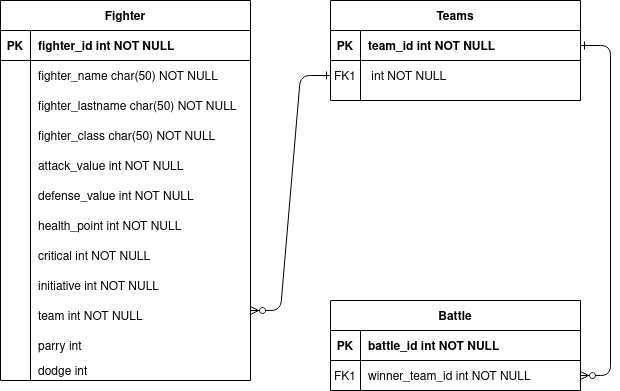
Above: uml_database.drawio.png in nomisirenh/auto_combat_game (draw.io), before the change. Source tidied: cells renumbered, new cells last; positions are measured from the earlier drawing's top-left corner, leaving out a move shared by most shapes.
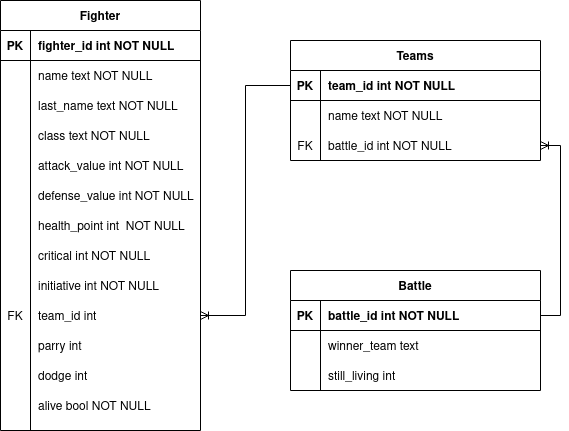
After the commit.

Commit message:
Correct umls

Change to the diagram source:
```diff
@@ -2,17 +2,8 @@
   <root>
     <mxCell id="0" />
     <mxCell id="1" parent="0" />
-    <mxCell id="2" style="edgeStyle=entityRelationEdgeStyle;endArrow=ERone;startArrow=ERzeroToMany;endFill=0;startFill=1;" parent="1" edge="1">
-      <mxGeometry relative="1" as="geometry">
-        <mxPoint x="250" y="310" as="sourcePoint" />
-        <mxPoint x="330" y="75" as="targetPoint" />
-      </mxGeometry>
-    </mxCell>
-    <mxCell id="3" style="edgeStyle=entityRelationEdgeStyle;endArrow=ERzeroToMany;startArrow=ERone;endFill=1;startFill=0;" parent="1" edge="1" source="5" target="15">
-      <mxGeometry relative="1" as="geometry" />
-    </mxCell>
     <mxCell id="4" value="Teams" style="shape=table;startSize=30;rowLines=0;fontStyle=1;align=center;" parent="1" vertex="1">
-      <mxGeometry x="330" width="250" height="100" as="geometry" />
+      <mxGeometry x="320" y="40" width="250" height="120" as="geometry" />
     </mxCell>
     <mxCell id="5" style="shape=partialRectangle;fillColor=none;points=[[0,0.5],[1,0.5]];portConstraint=eastwest;top=0;left=0;right=0;bottom=1;" parent="4" vertex="1">
       <mxGeometry y="30" width="250" height="30" as="geometry" />
@@ -26,14 +17,23 @@
     <mxCell id="8" style="shape=partialRectangle;fillColor=none;top=0;left=0;right=0;bottom=0;" parent="4" vertex="1">
       <mxGeometry y="60" width="250" height="30" as="geometry" />
     </mxCell>
-    <mxCell id="9" value="FK1" style="shape=partialRectangle;overflow=hidden;fillColor=none;top=0;left=0;bottom=0;right=0;" parent="8" vertex="1">
+    <mxCell id="9" style="shape=partialRectangle;overflow=hidden;fillColor=none;top=0;left=0;bottom=0;right=0;" parent="8" vertex="1">
       <mxGeometry width="30" height="30" as="geometry" />
     </mxCell>
-    <mxCell id="10" value=" int NOT NULL" style="shape=partialRectangle;overflow=hidden;fillColor=none;top=0;left=0;bottom=0;right=0;align=left;spacingLeft=6;" parent="8" vertex="1">
+    <mxCell id="10" value="name text NOT NULL" style="shape=partialRectangle;overflow=hidden;fillColor=none;top=0;left=0;bottom=0;right=0;align=left;spacingLeft=6;" parent="8" vertex="1">
       <mxGeometry x="30" width="220" height="30" as="geometry" />
     </mxCell>
+    <mxCell id="35" style="shape=partialRectangle;fillColor=none;points=[[0,0.5],[1,0.5]];portConstraint=eastwest;top=0;left=0;right=0;bottom=0;" parent="4" vertex="1">
+      <mxGeometry y="90" width="250" height="30" as="geometry" />
+    </mxCell>
+    <mxCell id="36" value="FK" style="shape=partialRectangle;overflow=hidden;fillColor=none;top=0;left=0;bottom=0;right=0;" parent="35" vertex="1">
+      <mxGeometry width="30" height="30" as="geometry" />
+    </mxCell>
+    <mxCell id="37" value="battle_id int NOT NULL" style="shape=partialRectangle;overflow=hidden;fillColor=none;top=0;left=0;bottom=0;right=0;align=left;spacingLeft=6;" parent="35" vertex="1">
+      <mxGeometry x="30" width="220" height="30" as="geometry" />
+    </mxCell>
     <mxCell id="11" value="Battle" style="shape=table;startSize=30;rowLines=0;fontStyle=1;align=center;" parent="1" vertex="1">
-      <mxGeometry x="330" y="300" width="250" height="90" as="geometry" />
+      <mxGeometry x="320" y="270" width="250" height="120" as="geometry" />
     </mxCell>
     <mxCell id="12" style="shape=partialRectangle;fillColor=none;points=[[0,0.5],[1,0.5]];portConstraint=eastwest;top=0;left=0;right=0;bottom=1;" parent="11" vertex="1">
       <mxGeometry y="30" width="250" height="30" as="geometry" />
@@ -47,62 +47,146 @@
     <mxCell id="15" style="shape=partialRectangle;fillColor=none;points=[[0,0.5],[1,0.5]];portConstraint=eastwest;top=0;left=0;right=0;bottom=0;" parent="11" vertex="1">
       <mxGeometry y="60" width="250" height="30" as="geometry" />
     </mxCell>
-    <mxCell id="16" value="FK1" style="shape=partialRectangle;overflow=hidden;fillColor=none;top=0;left=0;bottom=0;right=0;" parent="15" vertex="1">
+    <mxCell id="16" style="shape=partialRectangle;overflow=hidden;fillColor=none;top=0;left=0;bottom=0;right=0;" parent="15" vertex="1">
       <mxGeometry width="30" height="30" as="geometry" />
     </mxCell>
-    <mxCell id="17" value="winner_team_id int NOT NULL" style="shape=partialRectangle;overflow=hidden;fillColor=none;top=0;left=0;bottom=0;right=0;align=left;spacingLeft=6;" parent="15" vertex="1">
+    <mxCell id="17" value="winner_team text " style="shape=partialRectangle;overflow=hidden;fillColor=none;top=0;left=0;bottom=0;right=0;align=left;spacingLeft=6;" parent="15" vertex="1">
       <mxGeometry x="30" width="220" height="30" as="geometry" />
     </mxCell>
+    <mxCell id="38" style="shape=partialRectangle;fillColor=none;top=0;left=0;right=0;bottom=0;" parent="11" vertex="1">
+      <mxGeometry y="90" width="250" height="30" as="geometry" />
+    </mxCell>
+    <mxCell id="23" style="shape=partialRectangle;overflow=hidden;fillColor=none;top=0;left=0;bottom=0;right=0;" parent="38" vertex="1">
+      <mxGeometry width="30" height="30" as="geometry" />
+    </mxCell>
+    <mxCell id="39" value="still_living int " style="shape=partialRectangle;overflow=hidden;fillColor=none;top=0;left=0;bottom=0;right=0;align=left;spacingLeft=6;" parent="38" vertex="1">
+      <mxGeometry x="30" width="220" height="30" as="geometry" />
+    </mxCell>
     <mxCell id="18" value="Fighter" style="shape=table;startSize=30;rowLines=0;fontStyle=1;align=center;" parent="1" vertex="1">
-      <mxGeometry width="250" height="380" as="geometry" />
+      <mxGeometry x="30" width="200" height="430" as="geometry" />
     </mxCell>
-    <mxCell id="19" style="shape=partialRectangle;fillColor=none;top=0;left=0;right=0;bottom=1;" parent="18" vertex="1">
-      <mxGeometry y="30" width="250" height="30" as="geometry" />
-    </mxCell>
+    <mxCell id="40" style="shape=partialRectangle;fillColor=none;top=0;left=0;bottom=1;right=0;" parent="18" vertex="1">
+      <mxGeometry y="30" width="200" height="30" as="geometry" />
+    </mxCell>
-    <mxCell id="20" value="PK" style="shape=partialRectangle;overflow=hidden;fillColor=none;top=0;left=0;bottom=0;right=0;fontStyle=1;" parent="19" vertex="1">
+    <mxCell id="20" value="PK" style="shape=partialRectangle;fillColor=none;top=0;left=0;bottom=0;right=0;fontStyle=1;overflow=hidden;" parent="40" vertex="1">
       <mxGeometry width="30" height="30" as="geometry" />
     </mxCell>
-    <mxCell id="21" value="fighter_id int NOT NULL " style="shape=partialRectangle;overflow=hidden;fillColor=none;top=0;left=0;bottom=0;right=0;align=left;spacingLeft=6;fontStyle=1;" parent="19" vertex="1">
-      <mxGeometry x="30" width="220" height="30" as="geometry" />
+    <mxCell id="21" value="fighter_id int NOT NULL" style="shape=partialRectangle;fillColor=none;top=0;left=0;bottom=0;right=0;align=left;spacingLeft=6;fontStyle=1;overflow=hidden;" parent="40" vertex="1">
+      <mxGeometry x="30" width="170" height="30" as="geometry" />
     </mxCell>
-    <mxCell id="22" style="shape=partialRectangle;fillColor=none;top=0;left=0;right=0;bottom=0;" parent="18" vertex="1">
-      <mxGeometry y="60" width="250" height="30" as="geometry" />
-    </mxCell>
-    <mxCell id="23" style="shape=partialRectangle;overflow=hidden;fillColor=none;top=0;left=0;bottom=0;right=0;" parent="22" vertex="1">
-      <mxGeometry width="30" height="30" as="geometry" />
-    </mxCell>
-    <mxCell id="24" value="fighter_name char(50) NOT NULL" style="shape=partialRectangle;overflow=hidden;fillColor=none;top=0;left=0;bottom=0;right=0;align=left;spacingLeft=6;" parent="22" vertex="1">
-      <mxGeometry x="30" width="220" height="30" as="geometry" />
-    </mxCell>
-    <mxCell id="25" value="fighter_lastname char(50) NOT NULL" style="shape=partialRectangle;overflow=hidden;fillColor=none;top=0;left=0;bottom=0;right=0;align=left;spacingLeft=6;" parent="1" vertex="1">
-      <mxGeometry x="30" y="90" width="220" height="30" as="geometry" />
-    </mxCell>
+    <mxCell id="41" style="shape=partialRectangle;fillColor=none;top=0;left=0;bottom=0;right=0;" parent="18" vertex="1">
+      <mxGeometry y="60" width="200" height="30" as="geometry" />
+    </mxCell>
+    <mxCell id="42" style="shape=partialRectangle;fillColor=none;top=0;left=0;bottom=0;right=0;overflow=hidden;" parent="41" vertex="1">
+      <mxGeometry width="30" height="30" as="geometry" />
+    </mxCell>
+    <mxCell id="43" value="name text NOT NULL" style="shape=partialRectangle;fillColor=none;top=0;left=0;bottom=0;right=0;align=left;spacingLeft=6;overflow=hidden;" parent="41" vertex="1">
+      <mxGeometry x="30" width="170" height="30" as="geometry" />
+    </mxCell>
+    <mxCell id="44" style="shape=partialRectangle;fillColor=none;top=0;left=0;bottom=0;right=0;" parent="18" vertex="1">
+      <mxGeometry y="90" width="200" height="30" as="geometry" />
+    </mxCell>
+    <mxCell id="45" style="shape=partialRectangle;fillColor=none;top=0;left=0;bottom=0;right=0;overflow=hidden;" parent="44" vertex="1">
+      <mxGeometry width="30" height="30" as="geometry" />
+    </mxCell>
+    <mxCell id="46" value="last_name text NOT NULL" style="shape=partialRectangle;fillColor=none;top=0;left=0;bottom=0;right=0;align=left;spacingLeft=6;overflow=hidden;" parent="44" vertex="1">
+      <mxGeometry x="30" width="170" height="30" as="geometry" />
+    </mxCell>
+    <mxCell id="47" style="shape=partialRectangle;fillColor=none;top=0;left=0;bottom=0;right=0;" parent="18" vertex="1">
+      <mxGeometry y="120" width="200" height="30" as="geometry" />
+    </mxCell>
+    <mxCell id="48" style="shape=partialRectangle;fillColor=none;top=0;left=0;bottom=0;right=0;overflow=hidden;" parent="47" vertex="1">
+      <mxGeometry width="30" height="30" as="geometry" />
+    </mxCell>
+    <mxCell id="49" value="class text NOT NULL" style="shape=partialRectangle;fillColor=none;top=0;left=0;bottom=0;right=0;align=left;spacingLeft=6;overflow=hidden;" parent="47" vertex="1">
+      <mxGeometry x="30" width="170" height="30" as="geometry" />
+    </mxCell>
+    <mxCell id="50" style="shape=partialRectangle;fillColor=none;top=0;left=0;bottom=0;right=0;" parent="18" vertex="1">
+      <mxGeometry y="150" width="200" height="30" as="geometry" />
+    </mxCell>
+    <mxCell id="51" style="shape=partialRectangle;fillColor=none;top=0;left=0;bottom=0;right=0;overflow=hidden;" parent="50" vertex="1">
+      <mxGeometry width="30" height="30" as="geometry" />
+    </mxCell>
-    <mxCell id="26" value="attack_value int NOT NULL" style="shape=partialRectangle;overflow=hidden;fillColor=none;top=0;left=0;bottom=0;right=0;align=left;spacingLeft=6;" parent="1" vertex="1">
-      <mxGeometry x="30" y="150" width="220" height="30" as="geometry" />
+    <mxCell id="26" value="attack_value int NOT NULL" style="shape=partialRectangle;fillColor=none;top=0;left=0;bottom=0;right=0;align=left;spacingLeft=6;overflow=hidden;" parent="50" vertex="1">
+      <mxGeometry x="30" width="170" height="30" as="geometry" />
     </mxCell>
+    <mxCell id="52" style="shape=partialRectangle;fillColor=none;top=0;left=0;bottom=0;right=0;" parent="18" vertex="1">
+      <mxGeometry y="180" width="200" height="30" as="geometry" />
+    </mxCell>
+    <mxCell id="53" style="shape=partialRectangle;fillColor=none;top=0;left=0;bottom=0;right=0;overflow=hidden;" parent="52" vertex="1">
+      <mxGeometry width="30" height="30" as="geometry" />
+    </mxCell>
-    <mxCell id="27" value="defense_value int NOT NULL" style="shape=partialRectangle;overflow=hidden;fillColor=none;top=0;left=0;bottom=0;right=0;align=left;spacingLeft=6;" parent="1" vertex="1">
-      <mxGeometry x="30" y="180" width="220" height="30" as="geometry" />
+    <mxCell id="27" value="defense_value int NOT NULL" style="shape=partialRectangle;fillColor=none;top=0;left=0;bottom=0;right=0;align=left;spacingLeft=6;overflow=hidden;" parent="52" vertex="1">
+      <mxGeometry x="30" width="170" height="30" as="geometry" />
     </mxCell>
+    <mxCell id="54" style="shape=partialRectangle;fillColor=none;top=0;left=0;bottom=0;right=0;" parent="18" vertex="1">
+      <mxGeometry y="210" width="200" height="30" as="geometry" />
+    </mxCell>
+    <mxCell id="55" style="shape=partialRectangle;fillColor=none;top=0;left=0;bottom=0;right=0;overflow=hidden;" parent="54" vertex="1">
+      <mxGeometry width="30" height="30" as="geometry" />
+    </mxCell>
-    <mxCell id="28" value="health_point int NOT NULL" style="shape=partialRectangle;overflow=hidden;fillColor=none;top=0;left=0;bottom=0;right=0;align=left;spacingLeft=6;" parent="1" vertex="1">
-      <mxGeometry x="30" y="210" width="220" height="30" as="geometry" />
+    <mxCell id="28" value="health_point int  NOT NULL" style="shape=partialRectangle;fillColor=none;top=0;left=0;bottom=0;right=0;align=left;spacingLeft=6;overflow=hidden;" parent="54" vertex="1">
+      <mxGeometry x="30" width="170" height="30" as="geometry" />
     </mxCell>
+    <mxCell id="56" style="shape=partialRectangle;fillColor=none;top=0;left=0;bottom=0;right=0;" parent="18" vertex="1">
+      <mxGeometry y="240" width="200" height="30" as="geometry" />
+    </mxCell>
+    <mxCell id="57" style="shape=partialRectangle;fillColor=none;top=0;left=0;bottom=0;right=0;overflow=hidden;" parent="56" vertex="1">
+      <mxGeometry width="30" height="30" as="geometry" />
+    </mxCell>
-    <mxCell id="29" value="critical int NOT NULL" style="shape=partialRectangle;overflow=hidden;fillColor=none;top=0;left=0;bottom=0;right=0;align=left;spacingLeft=6;" parent="1" vertex="1">
-      <mxGeometry x="30" y="240" width="220" height="30" as="geometry" />
+    <mxCell id="29" value="critical int NOT NULL" style="shape=partialRectangle;fillColor=none;top=0;left=0;bottom=0;right=0;align=left;spacingLeft=6;overflow=hidden;" parent="56" vertex="1">
+      <mxGeometry x="30" width="170" height="30" as="geometry" />
     </mxCell>
+    <mxCell id="58" style="shape=partialRectangle;fillColor=none;top=0;left=0;bottom=0;right=0;" parent="18" vertex="1">
+      <mxGeometry y="270" width="200" height="30" as="geometry" />
+    </mxCell>
+    <mxCell id="59" style="shape=partialRectangle;fillColor=none;top=0;left=0;bottom=0;right=0;overflow=hidden;" parent="58" vertex="1">
+      <mxGeometry width="30" height="30" as="geometry" />
+    </mxCell>
-    <mxCell id="30" value="initiative int NOT NULL" style="shape=partialRectangle;overflow=hidden;fillColor=none;top=0;left=0;bottom=0;right=0;align=left;spacingLeft=6;" parent="1" vertex="1">
-      <mxGeometry x="30" y="270" width="220" height="30" as="geometry" />
+    <mxCell id="30" value="initiative int NOT NULL" style="shape=partialRectangle;fillColor=none;top=0;left=0;bottom=0;right=0;align=left;spacingLeft=6;overflow=hidden;" parent="58" vertex="1">
+      <mxGeometry x="30" width="170" height="30" as="geometry" />
     </mxCell>
+    <mxCell id="60" style="shape=partialRectangle;fillColor=none;top=0;left=0;bottom=0;right=0;points=[[0,0.5],[1,0.5]];portConstraint=eastwest;" parent="18" vertex="1">
+      <mxGeometry y="300" width="200" height="30" as="geometry" />
+    </mxCell>
+    <mxCell id="61" value="FK" style="shape=partialRectangle;fillColor=none;top=0;left=0;bottom=0;right=0;overflow=hidden;" parent="60" vertex="1">
+      <mxGeometry width="30" height="30" as="geometry" />
+    </mxCell>
+    <mxCell id="62" value="team_id int" style="shape=partialRectangle;fillColor=none;top=0;left=0;bottom=0;right=0;align=left;spacingLeft=6;overflow=hidden;" parent="60" vertex="1">
+      <mxGeometry x="30" width="170" height="30" as="geometry" />
+    </mxCell>
+    <mxCell id="63" style="shape=partialRectangle;fillColor=none;top=0;left=0;bottom=0;right=0;" parent="18" vertex="1">
+      <mxGeometry y="330" width="200" height="30" as="geometry" />
+    </mxCell>
+    <mxCell id="64" style="shape=partialRectangle;fillColor=none;top=0;left=0;bottom=0;right=0;overflow=hidden;" parent="63" vertex="1">
+      <mxGeometry width="30" height="30" as="geometry" />
+    </mxCell>
-    <mxCell id="31" value="parry int" style="shape=partialRectangle;overflow=hidden;fillColor=none;top=0;left=0;bottom=0;right=0;align=left;spacingLeft=6;" parent="1" vertex="1">
-      <mxGeometry x="30" y="330" width="220" height="30" as="geometry" />
+    <mxCell id="31" value="parry int " style="shape=partialRectangle;fillColor=none;top=0;left=0;bottom=0;right=0;align=left;spacingLeft=6;overflow=hidden;" parent="63" vertex="1">
+      <mxGeometry x="30" width="170" height="30" as="geometry" />
     </mxCell>
+    <mxCell id="65" style="shape=partialRectangle;fillColor=none;top=0;left=0;bottom=0;right=0;" parent="18" vertex="1">
+      <mxGeometry y="360" width="200" height="30" as="geometry" />
+    </mxCell>
+    <mxCell id="66" style="shape=partialRectangle;fillColor=none;top=0;left=0;bottom=0;right=0;overflow=hidden;" parent="65" vertex="1">
+      <mxGeometry width="30" height="30" as="geometry" />
+    </mxCell>
-    <mxCell id="32" value="dodge int" style="shape=partialRectangle;overflow=hidden;fillColor=none;top=0;left=0;bottom=0;right=0;align=left;spacingLeft=6;" parent="1" vertex="1">
-      <mxGeometry x="30" y="360" width="220" height="20" as="geometry" />
+    <mxCell id="32" value="dodge int" style="shape=partialRectangle;fillColor=none;top=0;left=0;bottom=0;right=0;align=left;spacingLeft=6;overflow=hidden;" parent="65" vertex="1">
+      <mxGeometry x="30" width="170" height="30" as="geometry" />
     </mxCell>
-    <mxCell id="33" value="fighter_class char(50) NOT NULL" style="shape=partialRectangle;overflow=hidden;fillColor=none;top=0;left=0;bottom=0;right=0;align=left;spacingLeft=6;" parent="1" vertex="1">
-      <mxGeometry x="30" y="120" width="220" height="30" as="geometry" />
-    </mxCell>
-    <mxCell id="34" value="team int NOT NULL" style="shape=partialRectangle;overflow=hidden;fillColor=none;top=0;left=0;bottom=0;right=0;align=left;spacingLeft=6;" parent="1" vertex="1">
-      <mxGeometry x="30" y="300" width="220" height="30" as="geometry" />
-    </mxCell>
+    <mxCell id="67" style="shape=partialRectangle;fillColor=none;top=0;left=0;bottom=0;right=0;" parent="18" vertex="1">
+      <mxGeometry y="390" width="200" height="30" as="geometry" />
+    </mxCell>
+    <mxCell id="68" style="shape=partialRectangle;fillColor=none;top=0;left=0;bottom=0;right=0;overflow=hidden;" parent="67" vertex="1">
+      <mxGeometry width="30" height="30" as="geometry" />
+    </mxCell>
+    <mxCell id="69" value="alive bool NOT NULL" style="shape=partialRectangle;fillColor=none;top=0;left=0;bottom=0;right=0;align=left;spacingLeft=6;overflow=hidden;" parent="67" vertex="1">
+      <mxGeometry x="30" width="170" height="30" as="geometry" />
+    </mxCell>
+    <mxCell id="70" style="edgeStyle=orthogonalEdgeStyle;rounded=0;jettySize=auto;html=1;exitX=1;exitY=0.5;exitDx=0;exitDy=0;entryX=0;entryY=0.5;entryDx=0;entryDy=0;startArrow=ERoneToMany;startFill=0;endArrow=none;endFill=0;" parent="1" edge="1" source="60" target="5">
+      <mxGeometry relative="1" as="geometry" />
+    </mxCell>
+    <mxCell id="71" style="edgeStyle=orthogonalEdgeStyle;rounded=0;jettySize=auto;html=1;exitX=1;exitY=0.5;exitDx=0;exitDy=0;entryX=1;entryY=0.5;entryDx=0;entryDy=0;startArrow=ERoneToMany;startFill=0;endArrow=none;endFill=0;" parent="1" edge="1" source="35" target="12">
+      <mxGeometry relative="1" as="geometry" />
+    </mxCell>
   </root>
 </mxGraphModel>
```
